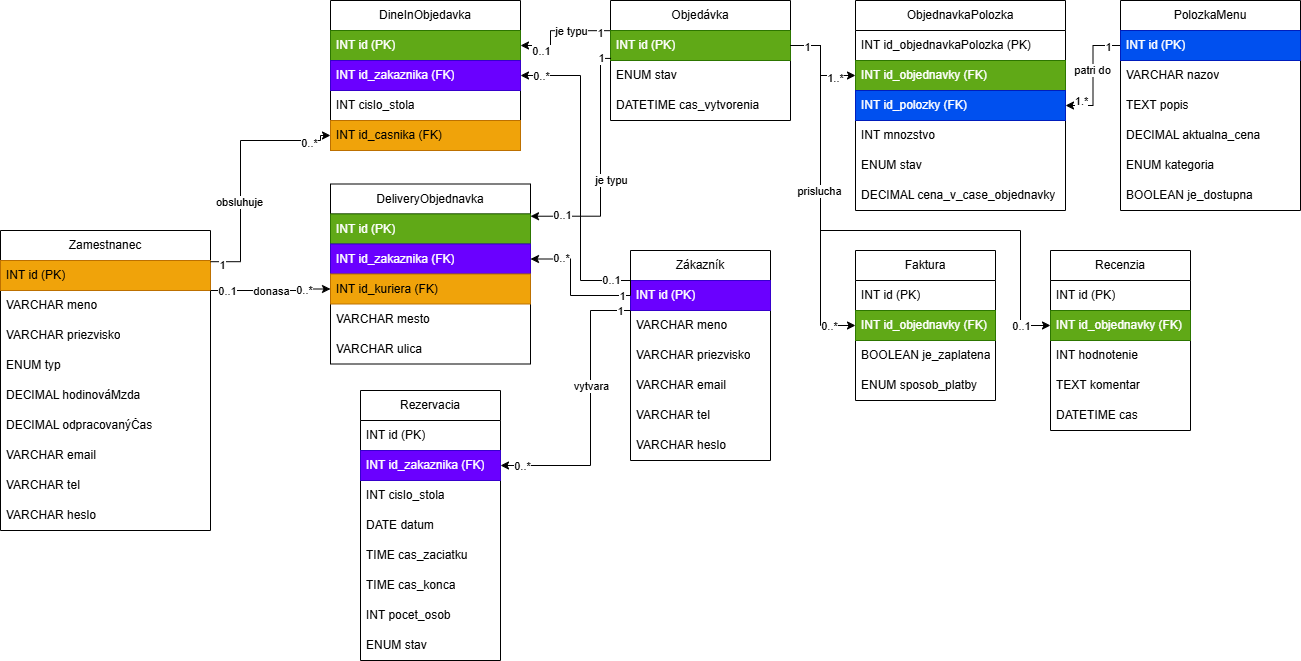
The draw.io diagram assets/relacny_model.png in xboldog/DBS-assignment, before a commit. Source tidied: cells renumbered, new cells last; positions are measured from the earlier drawing's top-left corner, leaving out a move shared by most shapes.
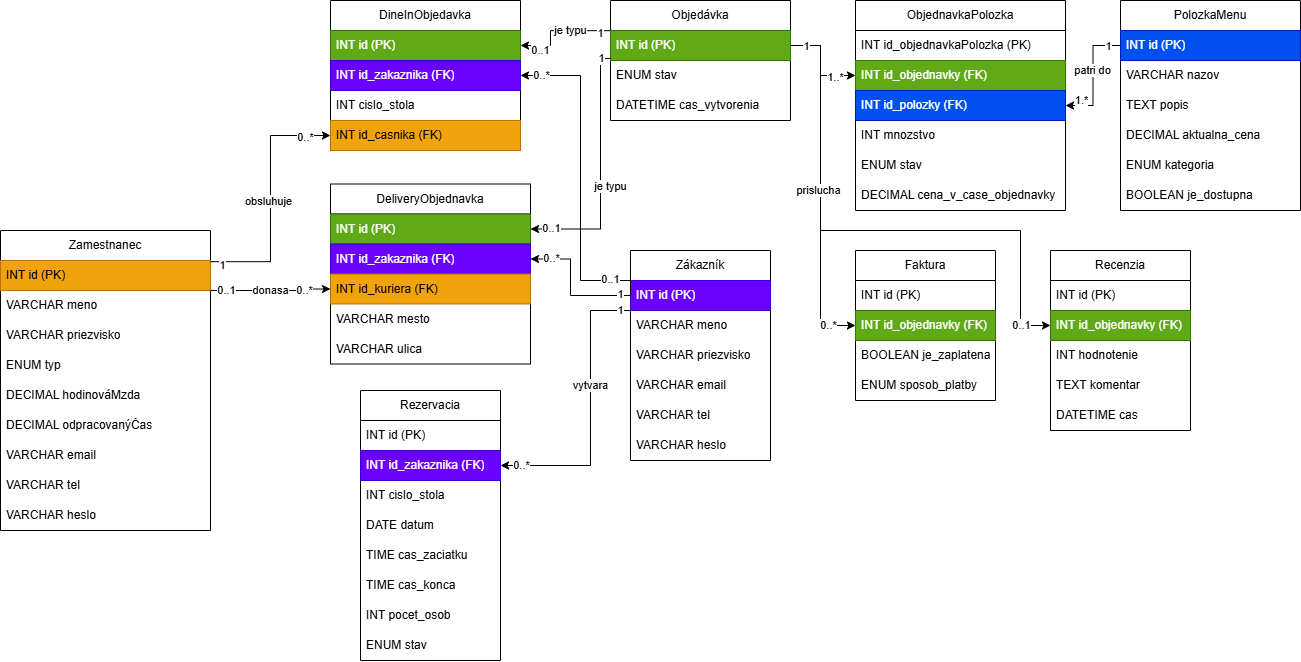
After the commit.

Commit message:
design changes in relation model diagram

Diff of the diagram source:
```diff
@@ -277,11 +277,11 @@
     <mxCell id="82" value="VARCHAR heslo" style="text;strokeColor=none;fillColor=none;align=left;verticalAlign=middle;spacingLeft=4;spacingRight=4;overflow=hidden;whiteSpace=wrap;html=1;" parent="73" vertex="1">
       <mxGeometry y="270" width="210" height="30" as="geometry" />
     </mxCell>
-    <mxCell id="83" style="edgeStyle=orthogonalEdgeStyle;rounded=0;jettySize=auto;html=1;entryX=1;entryY=0.074;entryDx=0;entryDy=0;entryPerimeter=0;exitX=0.003;exitY=0.931;exitDx=0;exitDy=0;exitPerimeter=0;" parent="1" edge="1" source="13" target="22">
+    <mxCell id="83" style="edgeStyle=orthogonalEdgeStyle;rounded=0;jettySize=auto;html=1;entryX=1;entryY=0.5;entryDx=0;entryDy=0;exitX=0.003;exitY=0.931;exitDx=0;exitDy=0;exitPerimeter=0;" parent="1" edge="1" source="13" target="22">
       <mxGeometry relative="1" as="geometry">
         <Array as="points">
           <mxPoint x="600" y="58" />
-          <mxPoint x="600" y="216" />
+          <mxPoint x="600" y="229" />
         </Array>
       </mxGeometry>
     </mxCell>
@@ -292,12 +292,12 @@
     </mxCell>
     <mxCell id="85" value="0..1" style="edgeLabel;html=1;align=center;verticalAlign=middle;" parent="83" vertex="1">
       <mxGeometry x="0.93" y="-1" relative="1" as="geometry">
-        <mxPoint x="23" as="offset" />
+        <mxPoint x="12" as="offset" />
       </mxGeometry>
     </mxCell>
     <mxCell id="86" value="je typu" style="edgeLabel;html=1;align=center;verticalAlign=middle;" parent="83" vertex="1">
       <mxGeometry x="0.05" relative="1" as="geometry">
-        <mxPoint x="-30" y="-142" as="offset" />
+        <mxPoint x="-30" y="-149" as="offset" />
       </mxGeometry>
     </mxCell>
     <mxCell id="87" value="je typu" style="edgeLabel;html=1;align=center;verticalAlign=middle;" parent="83" vertex="1">
@@ -363,19 +363,19 @@
     </mxCell>
     <mxCell id="97" value="1" style="edgeLabel;html=1;align=center;verticalAlign=middle;" parent="96" vertex="1">
       <mxGeometry x="-0.75" y="1" relative="1" as="geometry">
-        <mxPoint x="-8" y="-1" as="offset" />
+        <mxPoint x="-11" y="-1" as="offset" />
       </mxGeometry>
     </mxCell>
     <mxCell id="98" value="0..*" style="edgeLabel;html=1;align=center;verticalAlign=middle;" parent="96" vertex="1">
-      <mxGeometry x="0.61" y="-1" relative="1" as="geometry" />
+      <mxGeometry x="0.61" y="-1" relative="1" as="geometry">
+        <mxPoint x="-10" as="offset" />
+      </mxGeometry>
     </mxCell>
     <mxCell id="99" style="edgeStyle=orthogonalEdgeStyle;rounded=0;jettySize=auto;html=1;entryX=0;entryY=0.5;entryDx=0;entryDy=0;exitX=1;exitY=0.104;exitDx=0;exitDy=0;exitPerimeter=0;" parent="1" edge="1" source="73" target="20">
       <mxGeometry relative="1" as="geometry">
         <Array as="points">
-          <mxPoint x="240" y="261" />
-          <mxPoint x="240" y="140" />
-          <mxPoint x="320" y="140" />
-          <mxPoint x="320" y="135" />
+          <mxPoint x="270" y="261" />
+          <mxPoint x="270" y="135" />
         </Array>
       </mxGeometry>
     </mxCell>
@@ -385,7 +385,9 @@
       </mxGeometry>
     </mxCell>
     <mxCell id="101" value="obsluhuje" style="edgeLabel;html=1;align=center;verticalAlign=middle;" parent="99" vertex="1">
-      <mxGeometry x="-0.27" y="2" relative="1" as="geometry" />
+      <mxGeometry x="-0.27" y="2" relative="1" as="geometry">
+        <mxPoint y="-31" as="offset" />
+      </mxGeometry>
     </mxCell>
     <mxCell id="102" value="1" style="edgeLabel;html=1;align=center;verticalAlign=middle;" parent="99" vertex="1">
       <mxGeometry x="-0.76" y="2" relative="1" as="geometry">
```
